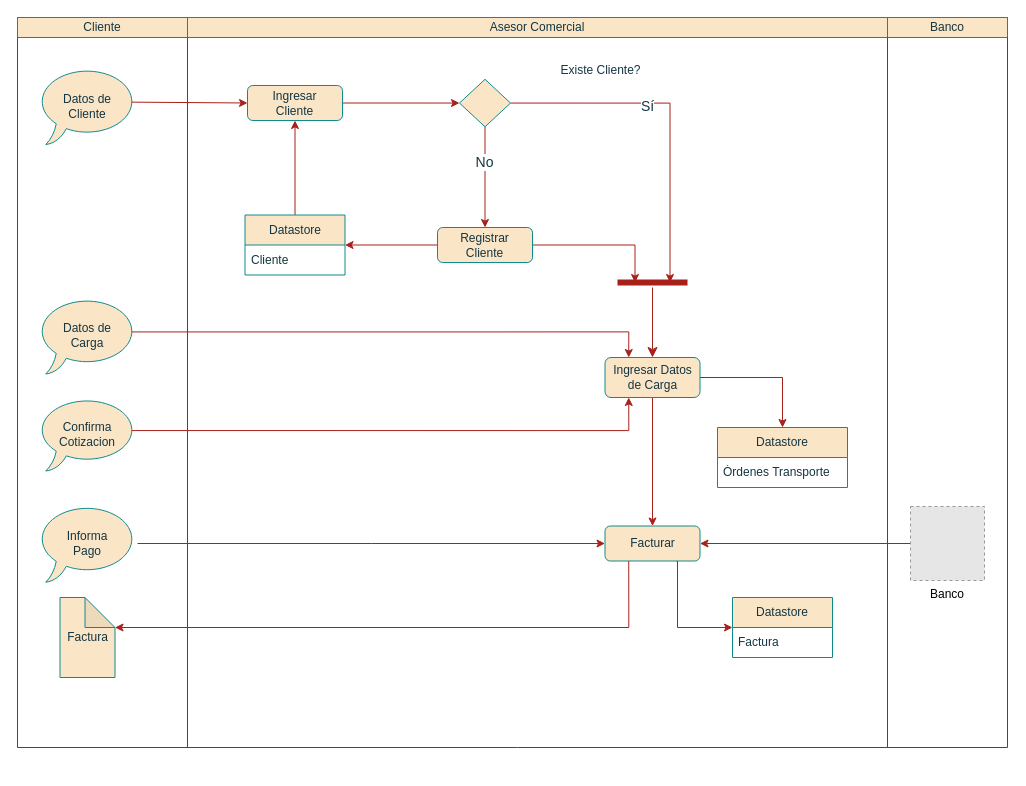
This is page "Gestión Ventas" (2 of 2) of [MDS]/(FINAL)/Diagrama Proceso de Negocio 1 (PN1).drawio from zherar7ordoya/AP6, a draw.io file, before an edit. Source tidied: cells renumbered, new cells numbered last; positions are measured from the earlier drawing's top-left corner, leaving out a move shared by most shapes. Both pictures are drawn from the tidied source at 100%, with x=0, y=0 at pixel (17, 17). Pictures stored in the file or linked from it are replaced by grey dashed boxes.
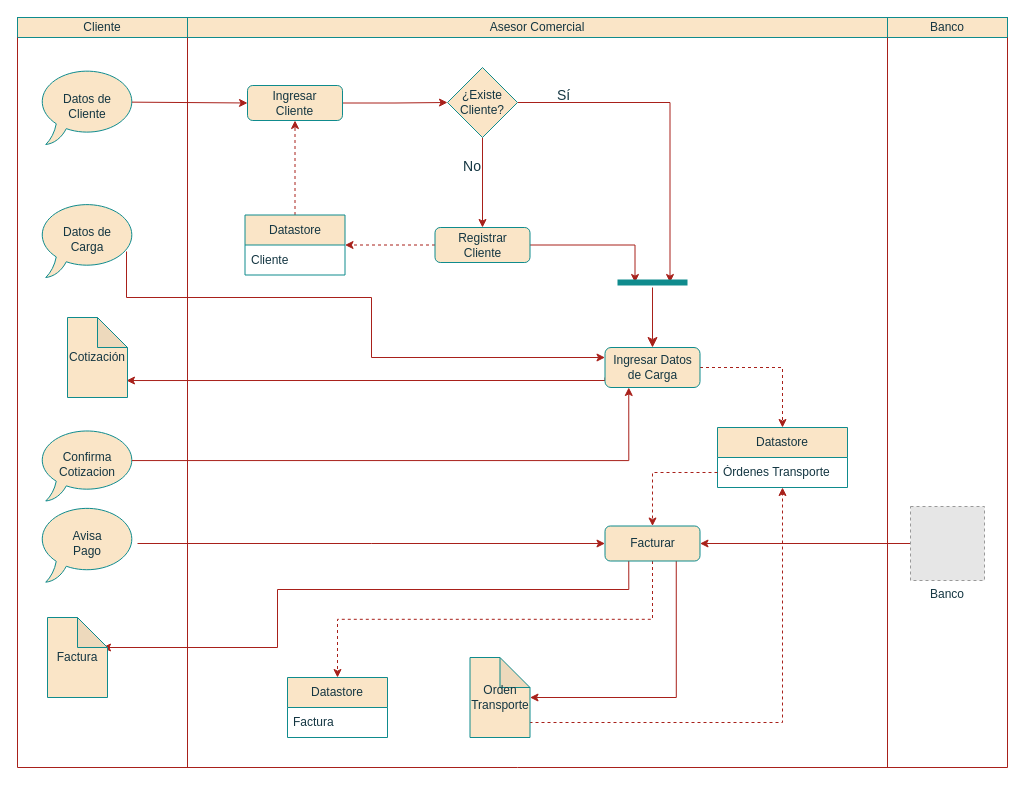
The same page after the edit.

Unchanged cells that the change refers to:
```xml
<mxCell id="4" value="Banco" style="rounded=0;whiteSpace=wrap;html=1;labelBackgroundColor=none;fillColor=#FAE5C7;strokeColor=#0F8B8D;fontColor=#143642;" parent="1" vertex="1">
  <mxGeometry x="870" width="120" height="20" as="geometry" />
</mxCell>
<mxCell id="8" value="Ingresar&lt;br&gt;Cliente" style="rounded=1;whiteSpace=wrap;html=1;fillColor=#FAE5C7;strokeColor=#0F8B8D;labelBackgroundColor=none;fontColor=#143642;" parent="1" vertex="1">
  <mxGeometry x="230" y="68" width="95" height="35" as="geometry" />
</mxCell>
<mxCell id="12" style="edgeStyle=orthogonalEdgeStyle;rounded=0;jettySize=auto;html=1;labelBackgroundColor=none;strokeColor=#A8201A;fontColor=default;" parent="1" edge="1" source="16" target="11">
  <mxGeometry relative="1" as="geometry" />
</mxCell>
<mxCell id="14" style="edgeStyle=orthogonalEdgeStyle;rounded=0;jettySize=auto;html=1;exitX=1;exitY=0.5;exitDx=0;exitDy=0;labelBackgroundColor=none;strokeColor=#A8201A;fontColor=default;entryX=0.75;entryY=0.5;entryDx=0;entryDy=0;entryPerimeter=0;" parent="1" edge="1" source="16" target="46">
  <mxGeometry relative="1" as="geometry" />
</mxCell>
<mxCell id="21" value="Datastore" style="swimlane;fontStyle=0;horizontal=1;startSize=30;whiteSpace=wrap;html=1;labelBackgroundColor=none;fillColor=#FAE5C7;strokeColor=#0F8B8D;fontColor=#143642;" parent="1" vertex="1">
  <mxGeometry x="700" y="410" width="130" height="60" as="geometry" />
</mxCell>
<mxCell id="22" value="Órdenes Transporte" style="text;strokeColor=none;fillColor=none;align=left;verticalAlign=middle;spacingLeft=4;spacingRight=4;overflow=hidden;points=[[0,0.5],[1,0.5]];portConstraint=eastwest;whiteSpace=wrap;html=1;labelBackgroundColor=none;fontColor=#143642;" parent="21" vertex="1">
  <mxGeometry y="30" width="130" height="30" as="geometry" />
</mxCell>
<mxCell id="25" value="Facturar" style="rounded=1;whiteSpace=wrap;html=1;fillColor=#FAE5C7;strokeColor=#0F8B8D;labelBackgroundColor=none;fontColor=#143642;" parent="1" vertex="1">
  <mxGeometry x="587.5" y="508.5" width="95" height="35" as="geometry" />
</mxCell>
<mxCell id="35" value="Factura" style="text;strokeColor=none;fillColor=none;align=left;verticalAlign=middle;spacingLeft=4;spacingRight=4;overflow=hidden;points=[[0,0.5],[1,0.5]];portConstraint=eastwest;whiteSpace=wrap;html=1;labelBackgroundColor=none;fontColor=#143642;" parent="34" vertex="1">
  <mxGeometry y="30" width="100" height="30" as="geometry" />
</mxCell>
<mxCell id="37" value="Datastore" style="swimlane;fontStyle=0;horizontal=1;startSize=30;whiteSpace=wrap;html=1;labelBackgroundColor=none;fillColor=#FAE5C7;strokeColor=#0F8B8D;fontColor=#143642;" parent="1" vertex="1">
  <mxGeometry x="227.5" y="197.5" width="100" height="60" as="geometry" />
</mxCell>
```

Diff of the diagram source:
```diff
@@
     <mxCell id="5" style="endArrow=none;html=1;rounded=0;labelBackgroundColor=none;strokeColor=#A8201A;fontColor=default;" parent="1" edge="1">
       <mxGeometry relative="1" as="geometry">
-        <mxPoint x="170" y="730" as="sourcePoint" />
+        <mxPoint x="170" y="750" as="sourcePoint" />
         <mxPoint x="170" y="20" as="targetPoint" />
       </mxGeometry>
     </mxCell>
     <mxCell id="6" style="endArrow=none;html=1;rounded=0;labelBackgroundColor=none;strokeColor=#A8201A;fontColor=default;" parent="1" edge="1">
       <mxGeometry relative="1" as="geometry">
-        <mxPoint y="730" as="sourcePoint" />
+        <mxPoint y="750" as="sourcePoint" />
         <mxPoint y="20" as="targetPoint" />
       </mxGeometry>
     </mxCell>
@@
-    <mxCell id="9" style="edgeStyle=orthogonalEdgeStyle;rounded=0;jettySize=auto;html=1;entryX=1;entryY=0.5;entryDx=0;entryDy=0;labelBackgroundColor=none;strokeColor=#A8201A;fontColor=default;" parent="1" edge="1" source="11" target="37">
+    <mxCell id="9" style="edgeStyle=orthogonalEdgeStyle;rounded=0;jettySize=auto;html=1;entryX=1;entryY=0.5;entryDx=0;entryDy=0;labelBackgroundColor=none;strokeColor=#A8201A;fontColor=default;dashed=1;" parent="1" edge="1" source="11" target="37">
       <mxGeometry relative="1" as="geometry">
         <Array as="points">
           <mxPoint x="328" y="228" />
         </Array>
       </mxGeometry>
     </mxCell>
@@
     <mxCell id="11" value="Registrar&lt;br&gt;Cliente" style="rounded=1;whiteSpace=wrap;html=1;fillColor=#FAE5C7;strokeColor=#0F8B8D;labelBackgroundColor=none;fontColor=#143642;" parent="1" vertex="1">
-      <mxGeometry x="420" y="210" width="95" height="35" as="geometry" />
+      <mxGeometry x="417.5" y="210" width="95" height="35" as="geometry" />
     </mxCell>
@@
-    <mxCell id="13" value="No" style="edgeLabel;html=1;align=center;verticalAlign=middle;fontColor=#143642;fontSize=14;" parent="12" vertex="1">
+    <mxCell id="13" value="No" style="edgeLabel;html=1;align=right;verticalAlign=middle;fontColor=#143642;fontSize=14;labelBackgroundColor=none;" parent="12" vertex="1">
       <mxGeometry x="-0.32" y="-2" relative="1" as="geometry">
-        <mxPoint x="1" y="1" as="offset" />
+        <mxPoint x="1" y="-3" as="offset" />
       </mxGeometry>
     </mxCell>
@@
-    <mxCell id="15" value="Sí" style="edgeLabel;html=1;align=center;verticalAlign=middle;fontColor=#143642;fontSize=14;" parent="14" vertex="1">
-      <mxGeometry x="-0.19" y="-3" relative="1" as="geometry" />
+    <mxCell id="15" value="Sí" style="edgeLabel;html=1;align=center;verticalAlign=bottom;fontColor=#143642;fontSize=14;labelBackgroundColor=none;" parent="14" vertex="1">
+      <mxGeometry x="-0.19" y="-3" relative="1" as="geometry">
+        <mxPoint x="-90" as="offset" />
+      </mxGeometry>
     </mxCell>
-    <mxCell id="16" style="rhombus;whiteSpace=wrap;html=1;labelBackgroundColor=none;fillColor=#FAE5C7;strokeColor=#0F8B8D;fontColor=#143642;" parent="1" vertex="1">
-      <mxGeometry x="442" y="61.8" width="51" height="47.5" as="geometry" />
+    <mxCell id="16" value="¿Existe&lt;br&gt;Cliente?" style="rhombus;whiteSpace=wrap;html=1;labelBackgroundColor=none;fillColor=#FAE5C7;strokeColor=#0F8B8D;fontColor=#143642;" parent="1" vertex="1">
+      <mxGeometry x="430" y="50" width="70" height="70" as="geometry" />
     </mxCell>
-    <mxCell id="17" value="Existe Cliente?" style="text;html=1;align=center;verticalAlign=middle;strokeColor=none;fillColor=none;labelBackgroundColor=none;fontColor=#143642;" parent="1" vertex="1">
-      <mxGeometry x="533" y="38" width="100" height="30" as="geometry" />
-    </mxCell>
-    <mxCell id="18" style="rounded=0;jettySize=auto;html=1;labelBackgroundColor=none;strokeColor=#A8201A;fontColor=default;entryX=0.5;entryY=0;entryDx=0;entryDy=0;edgeStyle=orthogonalEdgeStyle;" parent="1" edge="1" source="20" target="21">
-      <mxGeometry relative="1" as="geometry" />
+    <mxCell id="18" style="rounded=0;jettySize=auto;html=1;labelBackgroundColor=none;strokeColor=#A8201A;fontColor=default;edgeStyle=orthogonalEdgeStyle;exitX=0.75;exitY=1;exitDx=0;exitDy=0;" parent="1" edge="1" source="25" target="51">
+      <mxGeometry relative="1" as="geometry">
+        <Array as="points">
+          <mxPoint x="659" y="680" />
+        </Array>
+      </mxGeometry>
     </mxCell>
-    <mxCell id="19" style="edgeStyle=orthogonalEdgeStyle;rounded=0;jettySize=auto;html=1;entryX=0.5;entryY=0;entryDx=0;entryDy=0;labelBackgroundColor=none;strokeColor=#A8201A;fontColor=default;" parent="1" edge="1" source="20" target="25">
+    <mxCell id="19" style="edgeStyle=orthogonalEdgeStyle;rounded=0;jettySize=auto;html=1;entryX=0.5;entryY=0;entryDx=0;entryDy=0;labelBackgroundColor=none;strokeColor=#A8201A;fontColor=default;dashed=1;" parent="1" edge="1" source="20" target="21">
       <mxGeometry relative="1" as="geometry" />
     </mxCell>
+    <mxCell id="48" style="rounded=0;jettySize=auto;html=1;entryX=0.983;entryY=0.788;entryDx=0;entryDy=0;entryPerimeter=0;exitX=0;exitY=0.75;exitDx=0;exitDy=0;labelBackgroundColor=none;strokeColor=#A8201A;fontColor=default;edgeStyle=orthogonalEdgeStyle;" parent="1" edge="1" source="20" target="49">
+      <mxGeometry relative="1" as="geometry">
+        <Array as="points">
+          <mxPoint x="588" y="363" />
+        </Array>
+      </mxGeometry>
+    </mxCell>
     <mxCell id="20" value="Ingresar Datos de Carga" style="rounded=1;whiteSpace=wrap;html=1;fillColor=#FAE5C7;strokeColor=#0F8B8D;labelBackgroundColor=none;fontColor=#143642;" parent="1" vertex="1">
-      <mxGeometry x="587.5" y="340" width="95" height="40" as="geometry" />
+      <mxGeometry x="587.5" y="330" width="95" height="40" as="geometry" />
     </mxCell>
@@
     <mxCell id="23" style="rounded=0;jettySize=auto;html=1;labelBackgroundColor=none;strokeColor=#A8201A;fontColor=default;entryX=0;entryY=0;entryDx=55;entryDy=30;entryPerimeter=0;exitX=0.25;exitY=1;exitDx=0;exitDy=0;edgeStyle=orthogonalEdgeStyle;" parent="1" edge="1" source="25" target="26">
-      <mxGeometry relative="1" as="geometry" />
+      <mxGeometry relative="1" as="geometry">
+        <Array as="points">
+          <mxPoint x="611" y="572" />
+          <mxPoint x="260" y="572" />
+          <mxPoint x="260" y="630" />
+        </Array>
+      </mxGeometry>
     </mxCell>
-    <mxCell id="24" style="rounded=0;jettySize=auto;html=1;entryX=0;entryY=0;entryDx=0;entryDy=0;labelBackgroundColor=none;strokeColor=#A8201A;fontColor=default;exitX=0.75;exitY=1;exitDx=0;exitDy=0;entryPerimeter=0;edgeStyle=orthogonalEdgeStyle;" parent="1" edge="1" source="25" target="35">
-      <mxGeometry relative="1" as="geometry">
-        <Array as="points">
-          <mxPoint x="660" y="544" />
-          <mxPoint x="660" y="610" />
-        </Array>
-      </mxGeometry>
+    <mxCell id="24" style="rounded=0;jettySize=auto;html=1;entryX=0.5;entryY=0;entryDx=0;entryDy=0;labelBackgroundColor=none;strokeColor=#A8201A;fontColor=default;exitX=0.5;exitY=1;exitDx=0;exitDy=0;edgeStyle=orthogonalEdgeStyle;dashed=1;" parent="1" edge="1" source="25" target="34">
+      <mxGeometry relative="1" as="geometry" />
     </mxCell>
@@
     <mxCell id="26" value="Factura" style="shape=note;whiteSpace=wrap;html=1;backgroundOutline=1;darkOpacity=0.05;labelBackgroundColor=none;fillColor=#FAE5C7;strokeColor=#0F8B8D;fontColor=#143642;" parent="1" vertex="1">
-      <mxGeometry x="42.5" y="580" width="55" height="80" as="geometry" />
+      <mxGeometry x="30" y="600" width="60" height="80" as="geometry" />
     </mxCell>
     <mxCell id="27" style="endArrow=none;html=1;rounded=0;labelBackgroundColor=none;strokeColor=#A8201A;fontColor=default;" parent="1" edge="1">
       <mxGeometry relative="1" as="geometry">
-        <mxPoint x="870" y="730" as="sourcePoint" />
+        <mxPoint x="870" y="750" as="sourcePoint" />
         <mxPoint x="870" y="20" as="targetPoint" />
       </mxGeometry>
     </mxCell>
     <mxCell id="28" style="endArrow=none;html=1;rounded=0;entryX=1;entryY=1;entryDx=0;entryDy=0;labelBackgroundColor=none;strokeColor=#A8201A;fontColor=default;" parent="1" edge="1" target="4">
       <mxGeometry relative="1" as="geometry">
-        <mxPoint x="990" y="730" as="sourcePoint" />
+        <mxPoint x="990" y="750" as="sourcePoint" />
       </mxGeometry>
     </mxCell>
@@
     <mxCell id="30" value="Datos de&lt;br&gt;Carga" style="whiteSpace=wrap;html=1;shape=mxgraph.basic.oval_callout;labelBackgroundColor=none;fillColor=#FAE5C7;strokeColor=#0F8B8D;fontColor=#143642;" parent="1" vertex="1">
-      <mxGeometry x="20" y="280" width="100" height="76.5" as="geometry" />
+      <mxGeometry x="20" y="183.5" width="100" height="76.5" as="geometry" />
     </mxCell>
     <mxCell id="31" value="Confirma &lt;br&gt;Cotizacion" style="whiteSpace=wrap;html=1;shape=mxgraph.basic.oval_callout;labelBackgroundColor=none;fillColor=#FAE5C7;strokeColor=#0F8B8D;fontColor=#143642;" parent="1" vertex="1">
-      <mxGeometry x="20" y="380" width="100" height="73.5" as="geometry" />
+      <mxGeometry x="20" y="410" width="100" height="73.5" as="geometry" />
     </mxCell>
@@
     <mxCell id="33" style="endArrow=none;html=1;rounded=0;labelBackgroundColor=none;strokeColor=#A8201A;fontColor=default;" parent="1" edge="1">
       <mxGeometry relative="1" as="geometry">
-        <mxPoint y="730" as="sourcePoint" />
-        <mxPoint x="990" y="730" as="targetPoint" />
+        <mxPoint y="750" as="sourcePoint" />
+        <mxPoint x="990" y="750" as="targetPoint" />
         <Array as="points">
-          <mxPoint x="500" y="730" />
+          <mxPoint x="500" y="750" />
         </Array>
       </mxGeometry>
     </mxCell>
     <mxCell id="34" value="Datastore" style="swimlane;fontStyle=0;horizontal=1;startSize=30;whiteSpace=wrap;html=1;labelBackgroundColor=none;fillColor=#FAE5C7;strokeColor=#0F8B8D;fontColor=#143642;" parent="1" vertex="1">
-      <mxGeometry x="715" y="580" width="100" height="60" as="geometry" />
+      <mxGeometry x="270" y="660" width="100" height="60" as="geometry" />
     </mxCell>
@@
-    <mxCell id="36" style="edgeStyle=orthogonalEdgeStyle;rounded=0;jettySize=auto;html=1;entryX=0.5;entryY=1;entryDx=0;entryDy=0;labelBackgroundColor=none;strokeColor=#A8201A;fontColor=default;" parent="1" edge="1" source="37" target="8">
+    <mxCell id="36" style="edgeStyle=orthogonalEdgeStyle;rounded=0;jettySize=auto;html=1;entryX=0.5;entryY=1;entryDx=0;entryDy=0;labelBackgroundColor=none;strokeColor=#A8201A;fontColor=default;dashed=1;" parent="1" edge="1" source="37" target="8">
       <mxGeometry relative="1" as="geometry" />
     </mxCell>
@@
-    <mxCell id="41" style="endArrow=classic;startArrow=none;html=1;rounded=0;entryX=0.25;entryY=0;entryDx=0;entryDy=0;exitX=0.945;exitY=0.45;exitDx=0;exitDy=0;exitPerimeter=0;labelBackgroundColor=none;strokeColor=#A8201A;fontColor=default;startFill=0;edgeStyle=orthogonalEdgeStyle;" parent="1" edge="1" source="30" target="20">
-      <mxGeometry relative="1" as="geometry" />
+    <mxCell id="41" style="endArrow=classic;startArrow=none;html=1;rounded=0;labelBackgroundColor=none;strokeColor=#A8201A;fontColor=default;startFill=0;exitX=0.89;exitY=0.66;exitDx=0;exitDy=0;exitPerimeter=0;edgeStyle=orthogonalEdgeStyle;elbow=vertical;entryX=0;entryY=0.25;entryDx=0;entryDy=0;" parent="1" edge="1" source="30" target="20">
+      <mxGeometry relative="1" as="geometry">
+        <Array as="points">
+          <mxPoint x="109" y="280" />
+          <mxPoint x="354" y="280" />
+          <mxPoint x="354" y="340" />
+        </Array>
+      </mxGeometry>
     </mxCell>
@@
-    <mxCell id="44" value="Informa&lt;br&gt;Pago" style="whiteSpace=wrap;html=1;shape=mxgraph.basic.oval_callout;labelBackgroundColor=none;fillColor=#FAE5C7;strokeColor=#0F8B8D;fontColor=#143642;" parent="1" vertex="1">
+    <mxCell id="44" value="Avisa&lt;br&gt;Pago" style="whiteSpace=wrap;html=1;shape=mxgraph.basic.oval_callout;labelBackgroundColor=none;fillColor=#FAE5C7;strokeColor=#0F8B8D;fontColor=#143642;" parent="1" vertex="1">
       <mxGeometry x="20" y="487.2" width="100" height="77.5" as="geometry" />
     </mxCell>
-    <mxCell id="45" value="Banco" style="fillColor=#E6E6E6;strokeColor=#999999;dashed=1;verticalLabelPosition=bottom;labelBackgroundColor=default;verticalAlign=top;" parent="1" vertex="1">
+    <mxCell id="45" value="Banco" style="fillColor=#E6E6E6;strokeColor=#999999;dashed=1;verticalLabelPosition=bottom;labelBackgroundColor=none;verticalAlign=top;fontColor=#143642;" parent="1" vertex="1">
       <mxGeometry x="893" y="489" width="74" height="74" as="geometry" />
     </mxCell>
-    <mxCell id="46" style="shape=line;html=1;strokeWidth=6;strokeColor=#a8201a;" parent="1" vertex="1">
+    <mxCell id="46" style="shape=line;html=1;strokeWidth=6;strokeColor=#0F8B8D;labelBackgroundColor=none;fillColor=#FAE5C7;fontColor=#143642;" parent="1" vertex="1">
       <mxGeometry x="600" y="260" width="70" height="10" as="geometry" />
     </mxCell>
-    <mxCell id="47" style="edgeStyle=orthogonalEdgeStyle;html=1;verticalAlign=bottom;endArrow=classic;endSize=8;strokeColor=#a8201a;rounded=0;entryX=0.5;entryY=0;entryDx=0;entryDy=0;endFill=1;" parent="1" edge="1" source="46" target="20">
+    <mxCell id="47" style="edgeStyle=orthogonalEdgeStyle;html=1;verticalAlign=bottom;endArrow=classic;endSize=8;strokeColor=#A8201A;rounded=0;entryX=0.5;entryY=0;entryDx=0;entryDy=0;endFill=1;labelBackgroundColor=none;fontColor=default;" parent="1" edge="1" source="46" target="20">
       <mxGeometry relative="1" as="geometry" />
     </mxCell>
+    <mxCell id="49" value="Cotización" style="shape=note;whiteSpace=wrap;html=1;backgroundOutline=1;darkOpacity=0.05;labelBackgroundColor=none;fillColor=#FAE5C7;strokeColor=#0F8B8D;fontColor=#143642;" parent="1" vertex="1">
+      <mxGeometry x="50" y="300" width="60" height="80" as="geometry" />
+    </mxCell>
+    <mxCell id="50" style="edgeStyle=orthogonalEdgeStyle;rounded=0;jettySize=auto;html=1;strokeColor=#A8201A;fontColor=default;fillColor=#FAE5C7;exitX=0.975;exitY=0.875;exitDx=0;exitDy=0;exitPerimeter=0;dashed=1;labelBackgroundColor=none;" parent="1" edge="1" source="51" target="21">
+      <mxGeometry relative="1" as="geometry">
+        <Array as="points">
+          <mxPoint x="511" y="705" />
+          <mxPoint x="765" y="705" />
+        </Array>
+      </mxGeometry>
+    </mxCell>
+    <mxCell id="51" value="Orden&lt;br&gt;Transporte" style="shape=note;whiteSpace=wrap;html=1;backgroundOutline=1;darkOpacity=0.05;labelBackgroundColor=none;fillColor=#FAE5C7;strokeColor=#0F8B8D;fontColor=#143642;" parent="1" vertex="1">
+      <mxGeometry x="452.5" y="640" width="60" height="80" as="geometry" />
+    </mxCell>
+    <mxCell id="52" style="edgeStyle=orthogonalEdgeStyle;rounded=0;jettySize=auto;html=1;entryX=0.5;entryY=0;entryDx=0;entryDy=0;dashed=1;labelBackgroundColor=none;strokeColor=#A8201A;fontColor=default;" parent="1" edge="1" source="22" target="25">
+      <mxGeometry relative="1" as="geometry" />
+    </mxCell>
```
